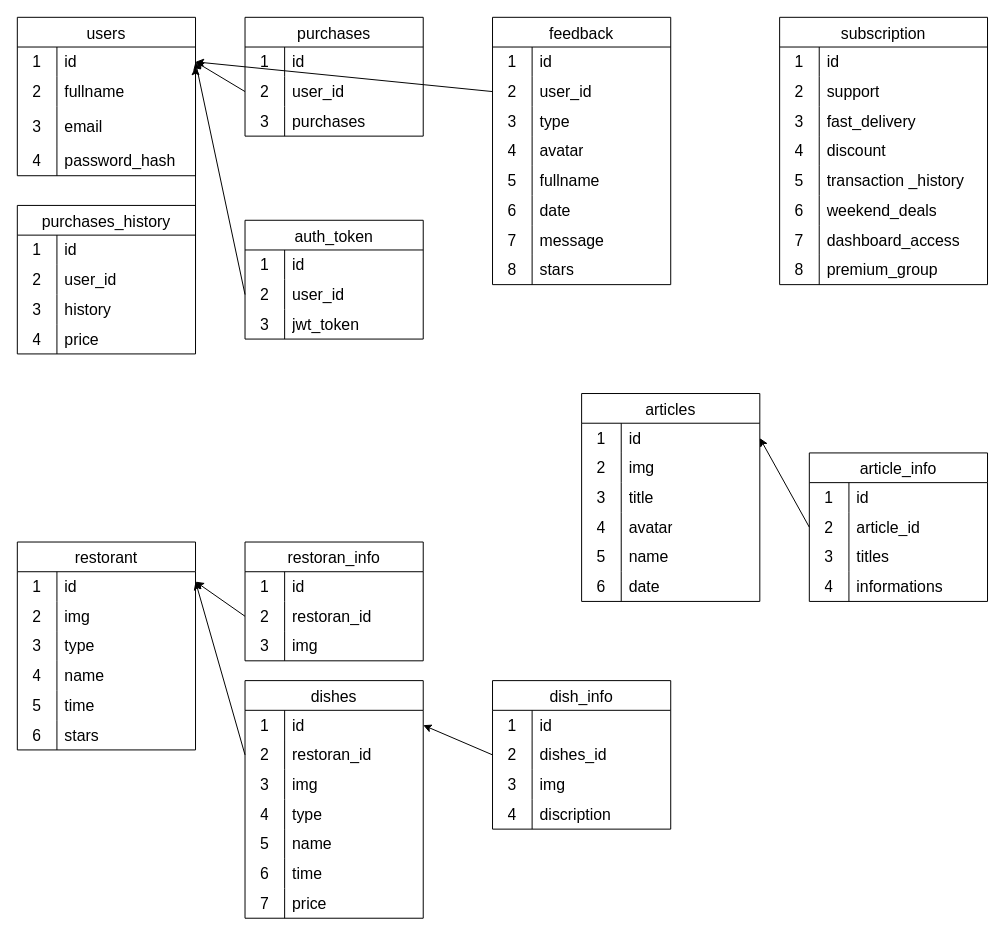
Before: api/src/database/.drawio in BlackDarkes/Eatly, a draw.io diagram. Source tidied: cells renumbered, new cells numbered last; positions are measured from the earlier drawing's top-left corner, leaving out a move shared by most shapes. Both pictures are drawn from the tidied source at 99%, with x=0, y=0 at pixel (17, 17).
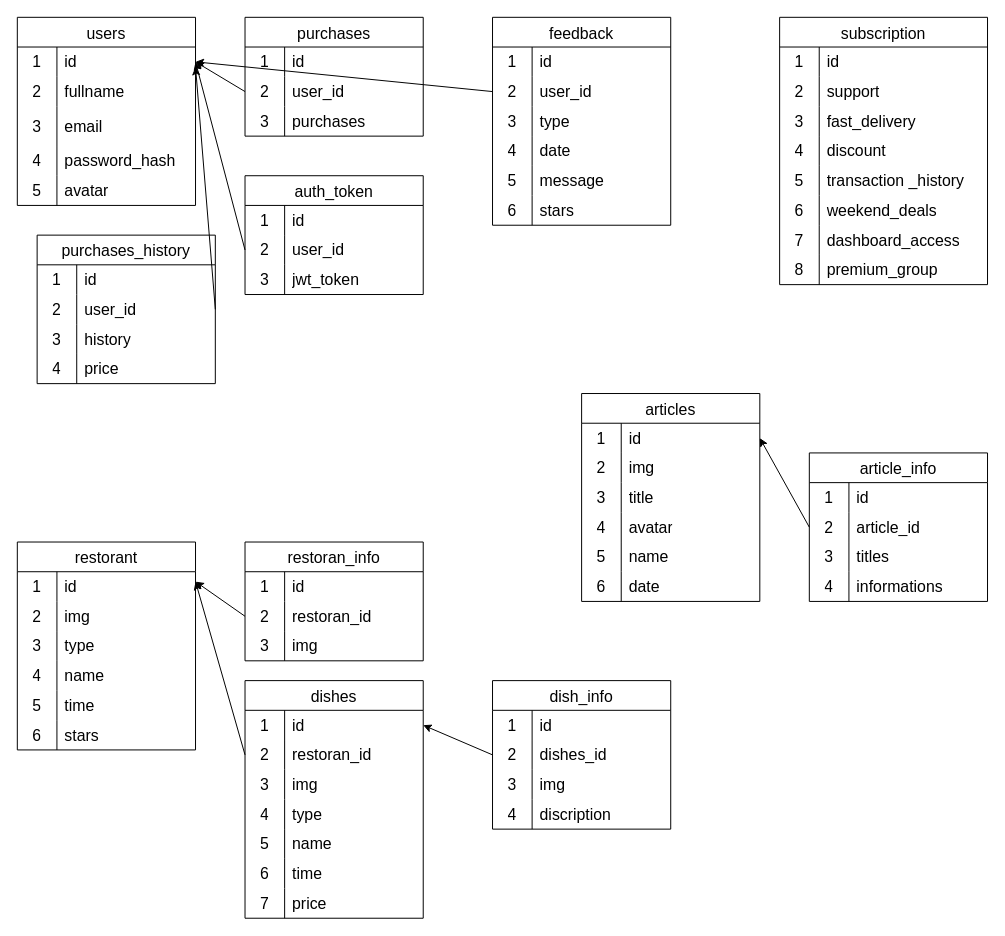
The same page after the edit.

What changed in the source:
```diff
@@
     <mxCell id="2" value="users" style="shape=table;startSize=30;childLayout=tableLayout;rowLines=0;fontStyle=0;strokeColor=default;fontSize=16;" parent="1" vertex="1">
-      <mxGeometry width="180" height="160" as="geometry" />
+      <mxGeometry width="180" height="190" as="geometry" />
     </mxCell>
@@
+    <mxCell id="139" style="shape=tableRow;horizontal=0;startSize=0;swimlaneHead=0;swimlaneBody=0;top=0;left=0;bottom=0;right=0;fillColor=none;strokeColor=inherit;fontSize=16;" parent="2" vertex="1">
+      <mxGeometry y="160" width="180" height="30" as="geometry" />
+    </mxCell>
+    <mxCell id="140" value="5" style="shape=partialRectangle;html=1;whiteSpace=wrap;fillColor=none;top=0;left=0;bottom=0;right=0;overflow=hidden;strokeColor=inherit;fontSize=16;" parent="139" vertex="1">
+      <mxGeometry width="40" height="30" as="geometry" />
+    </mxCell>
+    <mxCell id="141" value="avatar" style="shape=partialRectangle;html=1;whiteSpace=wrap;fillColor=none;top=0;left=0;bottom=0;right=0;align=left;spacingLeft=6;overflow=hidden;strokeColor=inherit;fontSize=16;" parent="139" vertex="1">
+      <mxGeometry x="40" width="140" height="30" as="geometry" />
+    </mxCell>
@@
     <mxCell id="34" value="auth_token" style="shape=table;startSize=30;childLayout=tableLayout;rowLines=0;fontStyle=0;strokeColor=default;fontSize=16;" parent="1" vertex="1">
-      <mxGeometry x="230" y="205" width="180" height="120" as="geometry" />
+      <mxGeometry x="230" y="160" width="180" height="120" as="geometry" />
     </mxCell>
@@
     <mxCell id="129" value="feedback" style="shape=table;startSize=30;childLayout=tableLayout;rowLines=0;fontStyle=0;strokeColor=default;fontSize=16;" parent="1" vertex="1">
-      <mxGeometry x="480" width="180" height="270" as="geometry" />
+      <mxGeometry x="480" width="180" height="210" as="geometry" />
     </mxCell>
@@
-    <mxCell id="139" style="shape=tableRow;horizontal=0;startSize=0;swimlaneHead=0;swimlaneBody=0;top=0;left=0;bottom=0;right=0;fillColor=none;strokeColor=inherit;fontSize=16;" parent="129" vertex="1">
-      <mxGeometry y="120" width="180" height="30" as="geometry" />
-    </mxCell>
-    <mxCell id="140" value="4" style="shape=partialRectangle;html=1;whiteSpace=wrap;fillColor=none;top=0;left=0;bottom=0;right=0;overflow=hidden;strokeColor=inherit;fontSize=16;" parent="139" vertex="1">
-      <mxGeometry width="40" height="30" as="geometry" />
-    </mxCell>
-    <mxCell id="141" value="avatar" style="shape=partialRectangle;html=1;whiteSpace=wrap;fillColor=none;top=0;left=0;bottom=0;right=0;align=left;spacingLeft=6;overflow=hidden;strokeColor=inherit;fontSize=16;" parent="139" vertex="1">
-      <mxGeometry x="40" width="140" height="30" as="geometry" />
-    </mxCell>
-    <mxCell id="142" style="shape=tableRow;horizontal=0;startSize=0;swimlaneHead=0;swimlaneBody=0;top=0;left=0;bottom=0;right=0;fillColor=none;strokeColor=inherit;fontSize=16;" parent="129" vertex="1">
-      <mxGeometry y="150" width="180" height="30" as="geometry" />
-    </mxCell>
-    <mxCell id="143" value="5" style="shape=partialRectangle;html=1;whiteSpace=wrap;fillColor=none;top=0;left=0;bottom=0;right=0;overflow=hidden;strokeColor=inherit;fontSize=16;" parent="142" vertex="1">
-      <mxGeometry width="40" height="30" as="geometry" />
-    </mxCell>
-    <mxCell id="144" value="fullname" style="shape=partialRectangle;html=1;whiteSpace=wrap;fillColor=none;top=0;left=0;bottom=0;right=0;align=left;spacingLeft=6;overflow=hidden;strokeColor=inherit;fontSize=16;" parent="142" vertex="1">
-      <mxGeometry x="40" width="140" height="30" as="geometry" />
-    </mxCell>
     <mxCell id="145" style="shape=tableRow;horizontal=0;startSize=0;swimlaneHead=0;swimlaneBody=0;top=0;left=0;bottom=0;right=0;fillColor=none;strokeColor=inherit;fontSize=16;" parent="129" vertex="1">
-      <mxGeometry y="180" width="180" height="30" as="geometry" />
+      <mxGeometry y="120" width="180" height="30" as="geometry" />
     </mxCell>
-    <mxCell id="146" value="6" style="shape=partialRectangle;html=1;whiteSpace=wrap;fillColor=none;top=0;left=0;bottom=0;right=0;overflow=hidden;strokeColor=inherit;fontSize=16;" parent="145" vertex="1">
+    <mxCell id="146" value="4" style="shape=partialRectangle;html=1;whiteSpace=wrap;fillColor=none;top=0;left=0;bottom=0;right=0;overflow=hidden;strokeColor=inherit;fontSize=16;" parent="145" vertex="1">
       <mxGeometry width="40" height="30" as="geometry" />
     </mxCell>
@@
     <mxCell id="148" style="shape=tableRow;horizontal=0;startSize=0;swimlaneHead=0;swimlaneBody=0;top=0;left=0;bottom=0;right=0;fillColor=none;strokeColor=inherit;fontSize=16;" parent="129" vertex="1">
-      <mxGeometry y="210" width="180" height="30" as="geometry" />
+      <mxGeometry y="150" width="180" height="30" as="geometry" />
     </mxCell>
-    <mxCell id="149" value="7" style="shape=partialRectangle;html=1;whiteSpace=wrap;fillColor=none;top=0;left=0;bottom=0;right=0;overflow=hidden;strokeColor=inherit;fontSize=16;" parent="148" vertex="1">
+    <mxCell id="149" value="5" style="shape=partialRectangle;html=1;whiteSpace=wrap;fillColor=none;top=0;left=0;bottom=0;right=0;overflow=hidden;strokeColor=inherit;fontSize=16;" parent="148" vertex="1">
       <mxGeometry width="40" height="30" as="geometry" />
     </mxCell>
@@
     <mxCell id="151" style="shape=tableRow;horizontal=0;startSize=0;swimlaneHead=0;swimlaneBody=0;top=0;left=0;bottom=0;right=0;fillColor=none;strokeColor=inherit;fontSize=16;" parent="129" vertex="1">
-      <mxGeometry y="240" width="180" height="30" as="geometry" />
+      <mxGeometry y="180" width="180" height="30" as="geometry" />
     </mxCell>
-    <mxCell id="152" value="8" style="shape=partialRectangle;html=1;whiteSpace=wrap;fillColor=none;top=0;left=0;bottom=0;right=0;overflow=hidden;strokeColor=inherit;fontSize=16;" parent="151" vertex="1">
+    <mxCell id="152" value="6" style="shape=partialRectangle;html=1;whiteSpace=wrap;fillColor=none;top=0;left=0;bottom=0;right=0;overflow=hidden;strokeColor=inherit;fontSize=16;" parent="151" vertex="1">
       <mxGeometry width="40" height="30" as="geometry" />
     </mxCell>
@@
     <mxCell id="154" value="purchases_history" style="shape=table;startSize=30;childLayout=tableLayout;rowLines=0;fontStyle=0;strokeColor=default;fontSize=16;" parent="1" vertex="1">
-      <mxGeometry y="190" width="180" height="150" as="geometry" />
+      <mxGeometry x="20" y="220" width="180" height="150" as="geometry" />
     </mxCell>
```
